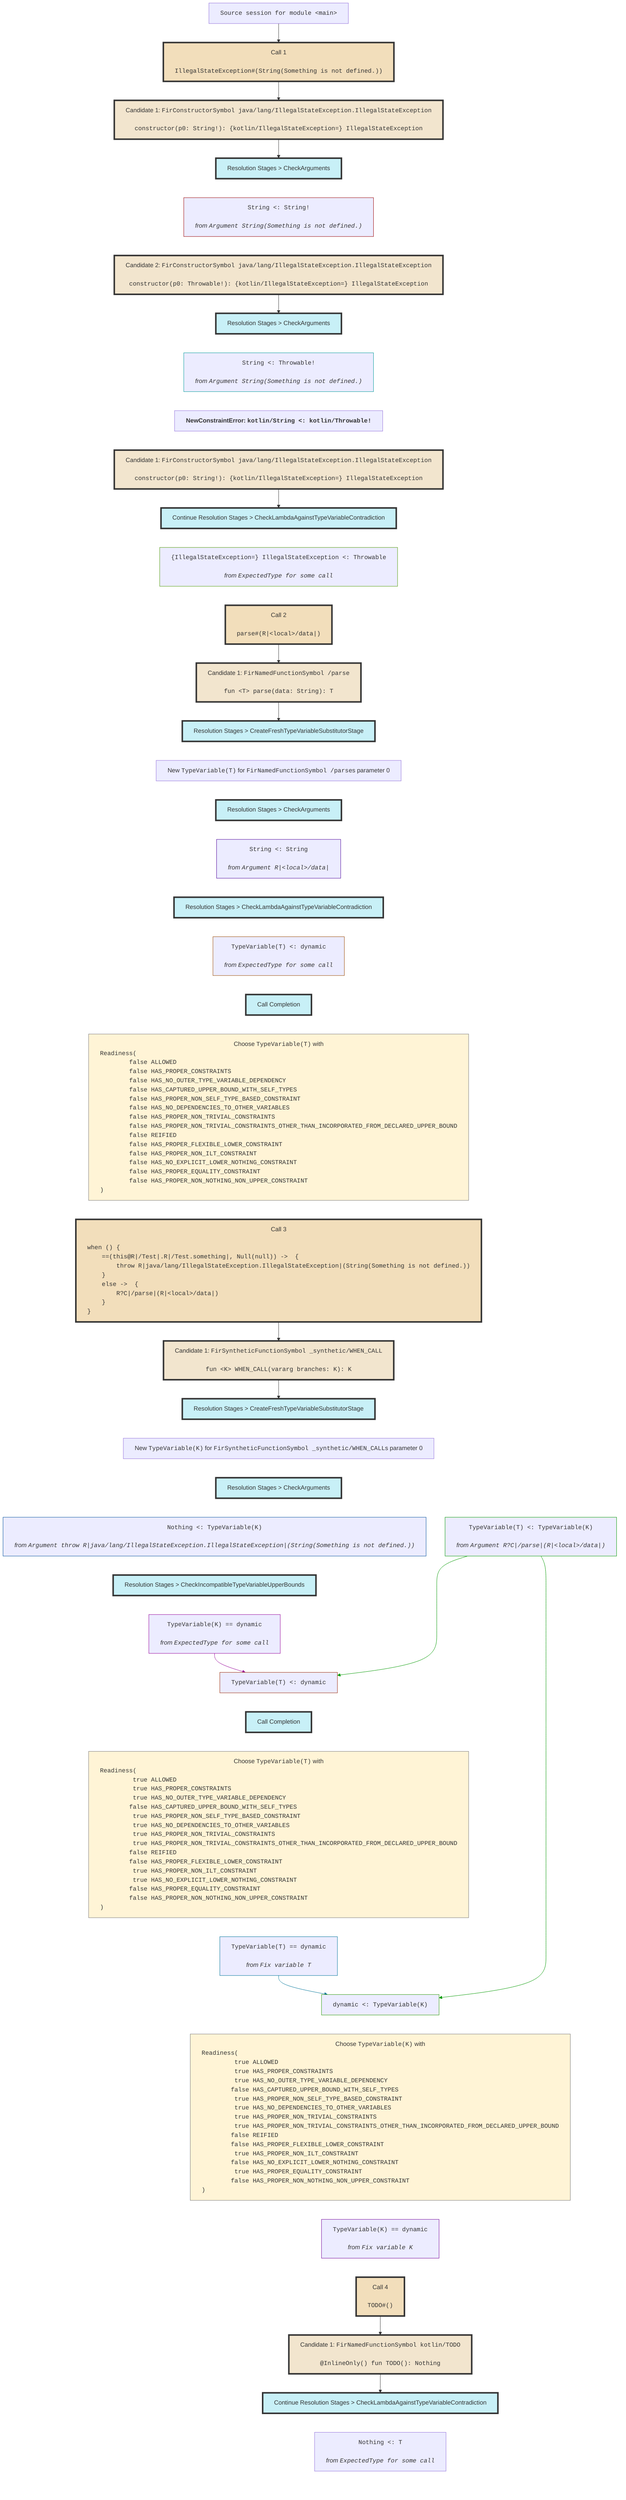
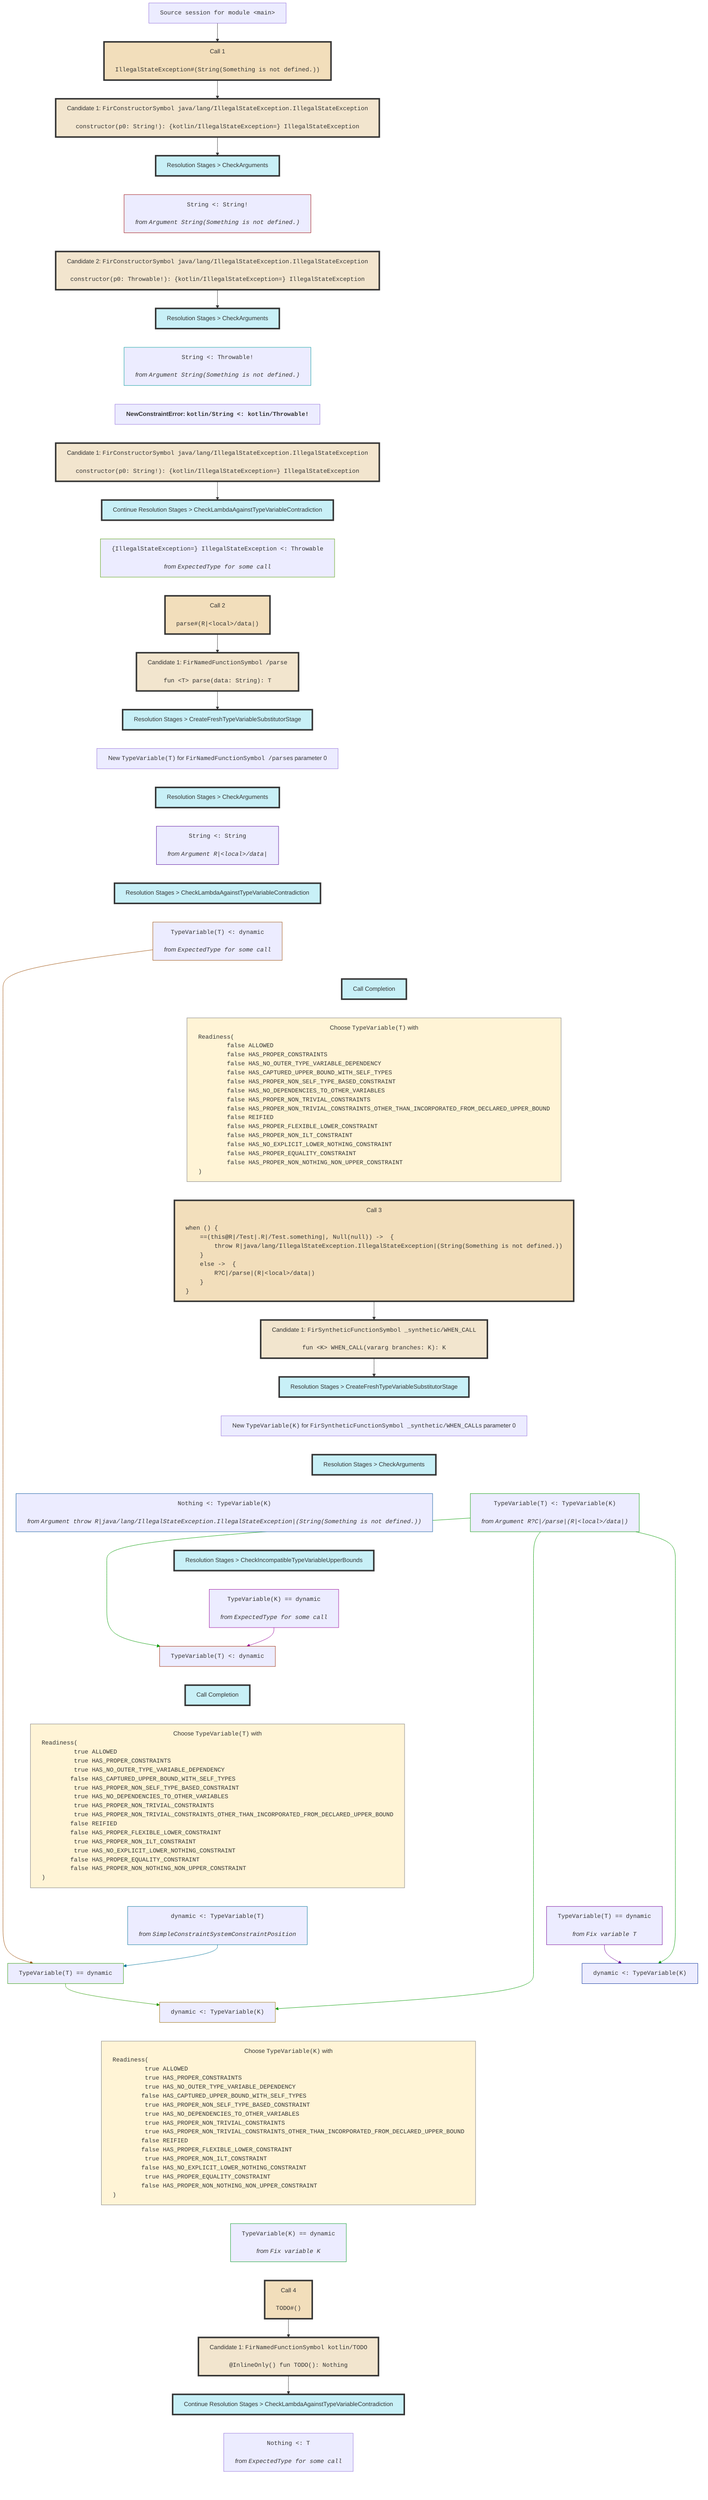
flowchart TD
    classDef nowrapClass text-align:center,white-space:nowrap;
    classDef callStyle fill:#f2debb,stroke:#333,stroke-width:4px;
    classDef candidateStyle fill:#f2e5ce,stroke:#333,stroke-width:4px;
    classDef stageStyle fill:#c8f0f7,stroke:#333,stroke-width:4px;
    classDef readinessStyle fill:#fff4d6,stroke:#777,stroke-width:1px;

    session0["<tt>Source session for module &lt;main></tt>"]
    class session0 nowrapClass;

    session0 --> call1

    call1["Call 1<br><br><pre style="display: inline-block;vertical-align: middle;text-align: left;margin: 0;"><tt>IllegalStateException#(String(Something is not defined.))</tt></pre>"]
    class call1 nowrapClass;
    class call1 callStyle;

    call1 --> candidate2

    candidate2["Candidate 1: <tt>FirConstructorSymbol java/lang/IllegalStateException.IllegalStateException</tt><br><br><pre style="display: inline-block;vertical-align: middle;text-align: left;margin: 0;"><tt>constructor(p0: String!): {kotlin/IllegalStateException=} IllegalStateException</tt></pre>"]
    class candidate2 nowrapClass;
    class candidate2 candidateStyle;

    candidate2 --> stage3

    stage3["Resolution Stages > CheckArguments"]
    class stage3 nowrapClass;
    class stage3 stageStyle;
    constraint4["<tt>String &lt;: String!</tt><br><br><i><div style="display: inline-block;vertical-align: middle;">from</div> <pre style="display: inline-block;vertical-align: middle;text-align: left;margin: 0;"><tt>Argument String(Something is not defined.)</tt></pre></i>"]
    class constraint4 nowrapClass;
    stage3 ~~~ constraint4

    constraint4 ~~~ candidate5

    candidate5["Candidate 2: <tt>FirConstructorSymbol java/lang/IllegalStateException.IllegalStateException</tt><br><br><pre style="display: inline-block;vertical-align: middle;text-align: left;margin: 0;"><tt>constructor(p0: Throwable!): {kotlin/IllegalStateException=} IllegalStateException</tt></pre>"]
    class candidate5 nowrapClass;
    class candidate5 candidateStyle;

    candidate5 --> stage6

    stage6["Resolution Stages > CheckArguments"]
    class stage6 nowrapClass;
    class stage6 stageStyle;
    constraint8["<tt>String &lt;: Throwable!</tt><br><br><i><div style="display: inline-block;vertical-align: middle;">from</div> <pre style="display: inline-block;vertical-align: middle;text-align: left;margin: 0;"><tt>Argument String(Something is not defined.)</tt></pre></i>"]
    class constraint8 nowrapClass;
    stage6 ~~~ constraint8

    constraint8 ~~~ error7

    error7["<b>NewConstraintError: <tt>kotlin/String &lt;: kotlin/Throwable!</tt><b>"]
    class error7 nowrapClass;

    error7 ~~~ candidate9

    candidate9["Candidate 1: <tt>FirConstructorSymbol java/lang/IllegalStateException.IllegalStateException</tt><br><br><pre style="display: inline-block;vertical-align: middle;text-align: left;margin: 0;"><tt>constructor(p0: String!): {kotlin/IllegalStateException=} IllegalStateException</tt></pre>"]
    class candidate9 nowrapClass;
    class candidate9 candidateStyle;

    candidate9 --> stage10

    stage10["Continue Resolution Stages > CheckLambdaAgainstTypeVariableContradiction"]
    class stage10 nowrapClass;
    class stage10 stageStyle;
    constraint11["<tt>{IllegalStateException=} IllegalStateException &lt;: Throwable</tt><br><br><i><div style="display: inline-block;vertical-align: middle;">from</div> <pre style="display: inline-block;vertical-align: middle;text-align: left;margin: 0;"><tt>ExpectedType for some call</tt></pre></i>"]
    class constraint11 nowrapClass;
    stage10 ~~~ constraint11

    constraint11 ~~~ call12

    call12["Call 2<br><br><pre style="display: inline-block;vertical-align: middle;text-align: left;margin: 0;"><tt>parse#(R|&lt;local>/data|)</tt></pre>"]
    class call12 nowrapClass;
    class call12 callStyle;

    call12 --> candidate13

    candidate13["Candidate 1: <tt>FirNamedFunctionSymbol /parse</tt><br><br><pre style="display: inline-block;vertical-align: middle;text-align: left;margin: 0;"><tt>fun &lt;T> parse(data: String): T</tt></pre>"]
    class candidate13 nowrapClass;
    class candidate13 candidateStyle;

    candidate13 --> stage14

    stage14["Resolution Stages > CreateFreshTypeVariableSubstitutorStage"]
    class stage14 nowrapClass;
    class stage14 stageStyle;

    stage14 ~~~ newVariable15

    newVariable15["New <tt>TypeVariable(T)</tt> for <tt>FirNamedFunctionSymbol /parse</tt>s parameter 0"]
    class newVariable15 nowrapClass;

    newVariable15 ~~~ stage16

    stage16["Resolution Stages > CheckArguments"]
    class stage16 nowrapClass;
    class stage16 stageStyle;
    constraint17["<tt>String &lt;: String</tt><br><br><i><div style="display: inline-block;vertical-align: middle;">from</div> <pre style="display: inline-block;vertical-align: middle;text-align: left;margin: 0;"><tt>Argument R|&lt;local>/data|</tt></pre></i>"]
    class constraint17 nowrapClass;
    stage16 ~~~ constraint17

    constraint17 ~~~ stage18

    stage18["Resolution Stages > CheckLambdaAgainstTypeVariableContradiction"]
    class stage18 nowrapClass;
    class stage18 stageStyle;
    constraint19["<tt>TypeVariable(T) &lt;: dynamic</tt><br><br><i><div style="display: inline-block;vertical-align: middle;">from</div> <pre style="display: inline-block;vertical-align: middle;text-align: left;margin: 0;"><tt>ExpectedType for some call</tt></pre></i>"]
    class constraint19 nowrapClass;
    stage18 ~~~ constraint19

    constraint19 ~~~ stage20

    stage20["Call Completion"]
    class stage20 nowrapClass;
    class stage20 stageStyle;

    stage20 ~~~ variableReadiness21

    variableReadiness21["Choose <tt>TypeVariable(T)</tt> with <pre style="display: inline-block;vertical-align: middle;text-align: left;margin: 0;"><tt>Readiness(
	false ALLOWED
	false HAS_PROPER_CONSTRAINTS
	false HAS_NO_OUTER_TYPE_VARIABLE_DEPENDENCY
	false HAS_CAPTURED_UPPER_BOUND_WITH_SELF_TYPES
	false HAS_PROPER_NON_SELF_TYPE_BASED_CONSTRAINT
	false HAS_NO_DEPENDENCIES_TO_OTHER_VARIABLES
	false HAS_PROPER_NON_TRIVIAL_CONSTRAINTS
	false HAS_PROPER_NON_TRIVIAL_CONSTRAINTS_OTHER_THAN_INCORPORATED_FROM_DECLARED_UPPER_BOUND
	false REIFIED
	false HAS_PROPER_FLEXIBLE_LOWER_CONSTRAINT
	false HAS_PROPER_NON_ILT_CONSTRAINT
	false HAS_NO_EXPLICIT_LOWER_NOTHING_CONSTRAINT
	false HAS_PROPER_EQUALITY_CONSTRAINT
	false HAS_PROPER_NON_NOTHING_NON_UPPER_CONSTRAINT
)</tt></pre>"]
    class variableReadiness21 nowrapClass;
    class variableReadiness21 readinessStyle;

    variableReadiness21 ~~~ call22

    call22["Call 3<br><br><pre style="display: inline-block;vertical-align: middle;text-align: left;margin: 0;"><tt>when () {
    ==(this@R|/Test|.R|/Test.something|, Null(null)) ->  {
        throw R|java/lang/IllegalStateException.IllegalStateException|(String(Something is not defined.))
    }
    else ->  {
        R?C|/parse|(R|&lt;local>/data|)
    }
}
</tt></pre>"]
    class call22 nowrapClass;
    class call22 callStyle;

    call22 --> candidate23

    candidate23["Candidate 1: <tt>FirSyntheticFunctionSymbol _synthetic/WHEN_CALL</tt><br><br><pre style="display: inline-block;vertical-align: middle;text-align: left;margin: 0;"><tt>fun &lt;K> WHEN_CALL(vararg branches: K): K
</tt></pre>"]
    class candidate23 nowrapClass;
    class candidate23 candidateStyle;

    candidate23 --> stage24

    stage24["Resolution Stages > CreateFreshTypeVariableSubstitutorStage"]
    class stage24 nowrapClass;
    class stage24 stageStyle;

    stage24 ~~~ newVariable25

    newVariable25["New <tt>TypeVariable(K)</tt> for <tt>FirSyntheticFunctionSymbol _synthetic/WHEN_CALL</tt>s parameter 0"]
    class newVariable25 nowrapClass;

    newVariable25 ~~~ stage26

    stage26["Resolution Stages > CheckArguments"]
    class stage26 nowrapClass;
    class stage26 stageStyle;
    constraint27["<tt>Nothing &lt;: TypeVariable(K)</tt><br><br><i><div style="display: inline-block;vertical-align: middle;">from</div> <pre style="display: inline-block;vertical-align: middle;text-align: left;margin: 0;"><tt>Argument throw R|java/lang/IllegalStateException.IllegalStateException|(String(Something is not defined.))</tt></pre></i>"]
    class constraint27 nowrapClass;
    stage26 ~~~ constraint27
    constraint28["<tt>TypeVariable(T) &lt;: TypeVariable(K)</tt><br><br><i><div style="display: inline-block;vertical-align: middle;">from</div> <pre style="display: inline-block;vertical-align: middle;text-align: left;margin: 0;"><tt>Argument R?C|/parse|(R|&lt;local>/data|)</tt></pre></i>"]
    class constraint28 nowrapClass;
    stage26 ~~~ constraint28

    constraint27 ~~~ stage29
    constraint28 ~~~ stage29

    stage29["Resolution Stages > CheckIncompatibleTypeVariableUpperBounds"]
    class stage29 nowrapClass;
    class stage29 stageStyle;
    constraint30["<tt>TypeVariable(K) == dynamic</tt><br><br><i><div style="display: inline-block;vertical-align: middle;">from</div> <pre style="display: inline-block;vertical-align: middle;text-align: left;margin: 0;"><tt>ExpectedType for some call</tt></pre></i>"]
    class constraint30 nowrapClass;
    stage29 ~~~ constraint30
    constraint31["<tt>TypeVariable(T) &lt;: dynamic</tt>"]
    class constraint31 nowrapClass;
    constraint28 --> constraint31
    constraint30 --> constraint31

    constraint31 ~~~ stage32

    stage32["Call Completion"]
    class stage32 nowrapClass;
    class stage32 stageStyle;

    stage32 ~~~ variableReadiness33

    variableReadiness33["Choose <tt>TypeVariable(T)</tt> with <pre style="display: inline-block;vertical-align: middle;text-align: left;margin: 0;"><tt>Readiness(
	 true ALLOWED
	 true HAS_PROPER_CONSTRAINTS
	 true HAS_NO_OUTER_TYPE_VARIABLE_DEPENDENCY
	false HAS_CAPTURED_UPPER_BOUND_WITH_SELF_TYPES
	 true HAS_PROPER_NON_SELF_TYPE_BASED_CONSTRAINT
	 true HAS_NO_DEPENDENCIES_TO_OTHER_VARIABLES
	 true HAS_PROPER_NON_TRIVIAL_CONSTRAINTS
	 true HAS_PROPER_NON_TRIVIAL_CONSTRAINTS_OTHER_THAN_INCORPORATED_FROM_DECLARED_UPPER_BOUND
	false REIFIED
	false HAS_PROPER_FLEXIBLE_LOWER_CONSTRAINT
	 true HAS_PROPER_NON_ILT_CONSTRAINT
	 true HAS_NO_EXPLICIT_LOWER_NOTHING_CONSTRAINT
	false HAS_PROPER_EQUALITY_CONSTRAINT
	false HAS_PROPER_NON_NOTHING_NON_UPPER_CONSTRAINT
)</tt></pre>"]
    class variableReadiness33 nowrapClass;
    class variableReadiness33 readinessStyle;
-     constraint35["<tt>TypeVariable(T) == dynamic</tt><br><br><i><div style="display: inline-block;vertical-align: middle;">from</div> <pre style="display: inline-block;vertical-align: middle;text-align: left;margin: 0;"><tt>Fix variable T</tt></pre></i>"]
+     constraint35["<tt>dynamic &lt;: TypeVariable(T)</tt><br><br><i><div style="display: inline-block;vertical-align: middle;">from</div> <pre style="display: inline-block;vertical-align: middle;text-align: left;margin: 0;"><tt>SimpleConstraintSystemConstraintPosition</tt></pre></i>"]
    class constraint35 nowrapClass;
    variableReadiness33 ~~~ constraint35
-     constraint36["<tt>dynamic &lt;: TypeVariable(K)</tt>"]
+     constraint36["<tt>TypeVariable(T) == dynamic</tt>"]
    class constraint36 nowrapClass;
+     constraint19 --> constraint36
    constraint35 --> constraint36
-     constraint28 --> constraint36
- 
-     constraint36 ~~~ variableReadiness34
+     constraint37["<tt>dynamic &lt;: TypeVariable(K)</tt>"]
+     class constraint37 nowrapClass;
+     constraint36 --> constraint37
+     constraint28 --> constraint37
+     constraint38["<tt>TypeVariable(T) == dynamic</tt><br><br><i><div style="display: inline-block;vertical-align: middle;">from</div> <pre style="display: inline-block;vertical-align: middle;text-align: left;margin: 0;"><tt>Fix variable T</tt></pre></i>"]
+     class constraint38 nowrapClass;
+     variableReadiness33 ~~~ constraint38
+     constraint39["<tt>dynamic &lt;: TypeVariable(K)</tt>"]
+     class constraint39 nowrapClass;
+     constraint38 --> constraint39
+     constraint28 --> constraint39
+ 
+     constraint37 ~~~ variableReadiness34
+     constraint39 ~~~~ variableReadiness34

    variableReadiness34["Choose <tt>TypeVariable(K)</tt> with <pre style="display: inline-block;vertical-align: middle;text-align: left;margin: 0;"><tt>Readiness(
	 true ALLOWED
	 true HAS_PROPER_CONSTRAINTS
	 true HAS_NO_OUTER_TYPE_VARIABLE_DEPENDENCY
	false HAS_CAPTURED_UPPER_BOUND_WITH_SELF_TYPES
	 true HAS_PROPER_NON_SELF_TYPE_BASED_CONSTRAINT
	 true HAS_NO_DEPENDENCIES_TO_OTHER_VARIABLES
	 true HAS_PROPER_NON_TRIVIAL_CONSTRAINTS
	 true HAS_PROPER_NON_TRIVIAL_CONSTRAINTS_OTHER_THAN_INCORPORATED_FROM_DECLARED_UPPER_BOUND
	false REIFIED
	false HAS_PROPER_FLEXIBLE_LOWER_CONSTRAINT
	 true HAS_PROPER_NON_ILT_CONSTRAINT
	false HAS_NO_EXPLICIT_LOWER_NOTHING_CONSTRAINT
	 true HAS_PROPER_EQUALITY_CONSTRAINT
	false HAS_PROPER_NON_NOTHING_NON_UPPER_CONSTRAINT
)</tt></pre>"]
    class variableReadiness34 nowrapClass;
    class variableReadiness34 readinessStyle;
-     constraint37["<tt>TypeVariable(K) == dynamic</tt><br><br><i><div style="display: inline-block;vertical-align: middle;">from</div> <pre style="display: inline-block;vertical-align: middle;text-align: left;margin: 0;"><tt>Fix variable K</tt></pre></i>"]
-     class constraint37 nowrapClass;
-     variableReadiness34 ~~~ constraint37
- 
-     constraint37 ~~~ call38
- 
-     call38["Call 4<br><br><pre style="display: inline-block;vertical-align: middle;text-align: left;margin: 0;"><tt>TODO#()</tt></pre>"]
-     class call38 nowrapClass;
-     class call38 callStyle;
- 
-     call38 --> candidate39
- 
-     candidate39["Candidate 1: <tt>FirNamedFunctionSymbol kotlin/TODO</tt><br><br><pre style="display: inline-block;vertical-align: middle;text-align: left;margin: 0;"><tt>@InlineOnly() fun TODO(): Nothing
+     constraint40["<tt>TypeVariable(K) == dynamic</tt><br><br><i><div style="display: inline-block;vertical-align: middle;">from</div> <pre style="display: inline-block;vertical-align: middle;text-align: left;margin: 0;"><tt>Fix variable K</tt></pre></i>"]
+     class constraint40 nowrapClass;
+     variableReadiness34 ~~~ constraint40
+ 
+     constraint40 ~~~ call41
+ 
+     call41["Call 4<br><br><pre style="display: inline-block;vertical-align: middle;text-align: left;margin: 0;"><tt>TODO#()</tt></pre>"]
+     class call41 nowrapClass;
+     class call41 callStyle;
+ 
+     call41 --> candidate42
+ 
+     candidate42["Candidate 1: <tt>FirNamedFunctionSymbol kotlin/TODO</tt><br><br><pre style="display: inline-block;vertical-align: middle;text-align: left;margin: 0;"><tt>@InlineOnly() fun TODO(): Nothing
</tt></pre>"]
-     class candidate39 nowrapClass;
-     class candidate39 candidateStyle;
- 
-     candidate39 --> stage40
- 
-     stage40["Continue Resolution Stages > CheckLambdaAgainstTypeVariableContradiction"]
-     class stage40 nowrapClass;
-     class stage40 stageStyle;
-     constraint41["<tt>Nothing &lt;: T</tt><br><br><i><div style="display: inline-block;vertical-align: middle;">from</div> <pre style="display: inline-block;vertical-align: middle;text-align: left;margin: 0;"><tt>ExpectedType for some call</tt></pre></i>"]
-     class constraint41 nowrapClass;
-     stage40 ~~~ constraint41
+     class candidate42 nowrapClass;
+     class candidate42 candidateStyle;
+ 
+     candidate42 --> stage43
+ 
+     stage43["Continue Resolution Stages > CheckLambdaAgainstTypeVariableContradiction"]
+     class stage43 nowrapClass;
+     class stage43 stageStyle;
+     constraint44["<tt>Nothing &lt;: T</tt><br><br><i><div style="display: inline-block;vertical-align: middle;">from</div> <pre style="display: inline-block;vertical-align: middle;text-align: left;margin: 0;"><tt>ExpectedType for some call</tt></pre></i>"]
+     class constraint44 nowrapClass;
+     stage43 ~~~ constraint44

    linkStyle 4 stroke:#990000
    linkStyle 7 stroke:#009999
    linkStyle 11 stroke:#4c9900
    linkStyle 17 stroke:#4c0099
    linkStyle 19 stroke:#994900
    linkStyle 28 stroke:#004f99
    linkStyle 29 stroke:#039900
    linkStyle 31 stroke:#039900
    linkStyle 32 stroke:#950099
    linkStyle 33 stroke:#992400
-     linkStyle 36 stroke:#007499
-     linkStyle 37 stroke:#039900
+     linkStyle 36 stroke:#994900
+     linkStyle 37 stroke:#007499
    linkStyle 38 stroke:#279900
-     linkStyle 40 stroke:#710099
+     linkStyle 39 stroke:#039900
+     linkStyle 41 stroke:#710099
+     linkStyle 42 stroke:#039900
+     linkStyle 43 stroke:#996d00
+     linkStyle 44 stroke:#002b99
+     linkStyle 46 stroke:#009921
    style constraint4 stroke:#990000;
    style constraint8 stroke:#009999;
    style constraint11 stroke:#4c9900;
    style constraint17 stroke:#4c0099;
    style constraint19 stroke:#994900;
    style constraint27 stroke:#004f99;
    style constraint28 stroke:#039900;
    style constraint30 stroke:#950099;
    style constraint31 stroke:#992400;
    style constraint35 stroke:#007499;
    style constraint36 stroke:#279900;
-     style constraint37 stroke:#710099;
+     style constraint38 stroke:#710099;
+     style constraint37 stroke:#996d00;
+     style constraint39 stroke:#002b99;
+     style constraint40 stroke:#009921;
